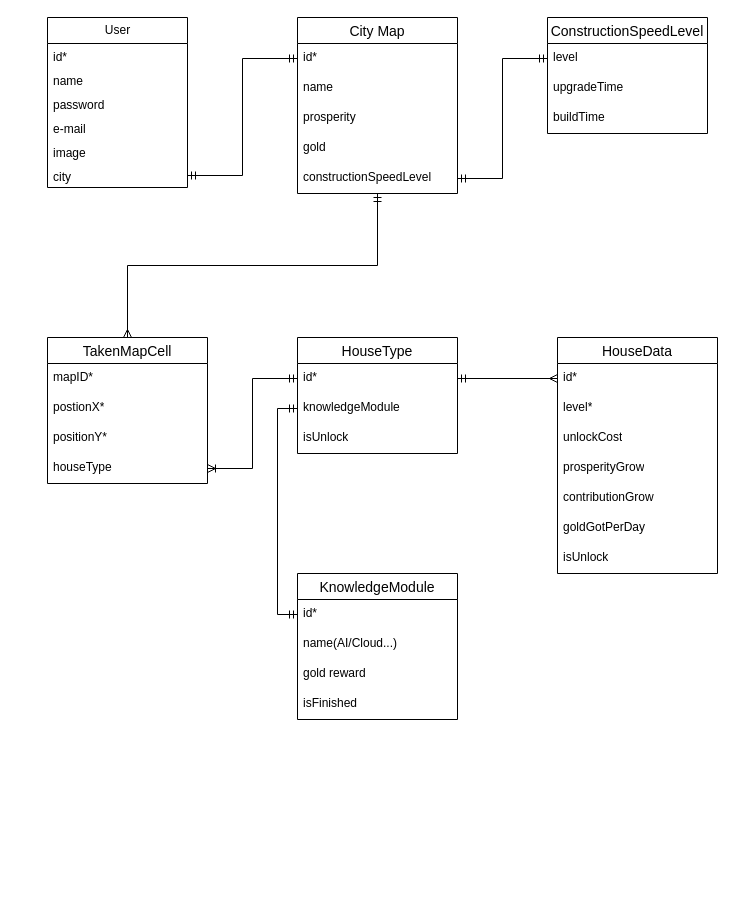
Above: DataBase ER diagram.drawio in Kathy3665/coursesource (draw.io), before the change. Source tidied: cells renumbered, new cells numbered last; positions are measured from the earlier drawing's top-left corner, leaving out a move shared by most shapes. Both pictures are drawn from the tidied source at 100%, with x=0, y=0 at pixel (47, 17).
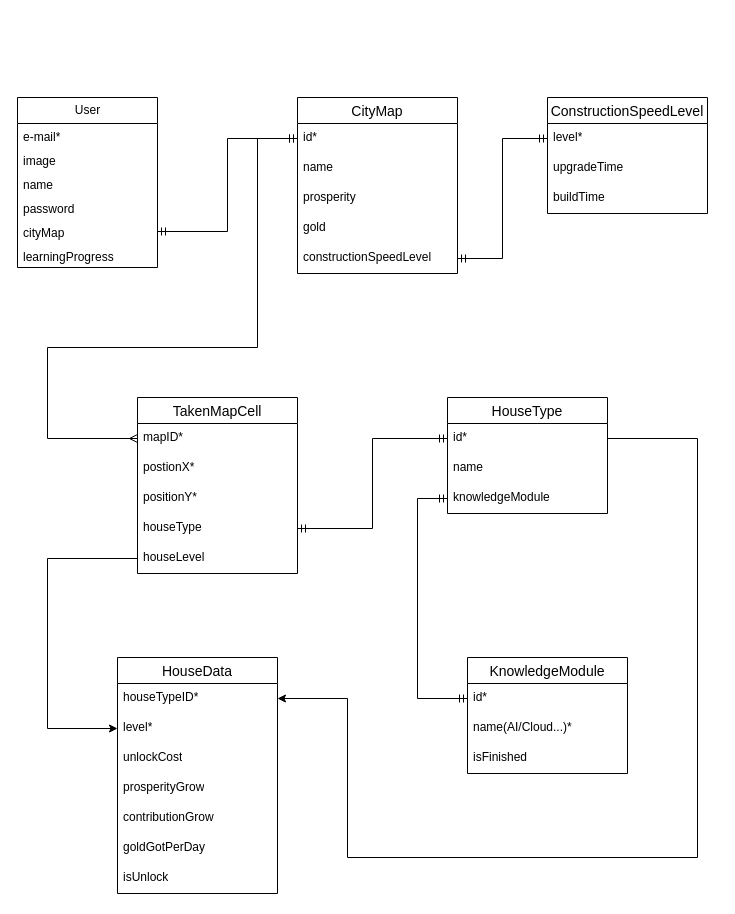
After the change.

The change refers to these unchanged cells:
```xml
<mxCell id="11" value="id*" style="text;strokeColor=none;fillColor=none;spacingLeft=4;spacingRight=4;overflow=hidden;points=[[0,0.5],[1,0.5]];portConstraint=eastwest;fontSize=12;whiteSpace=wrap;html=1;" parent="10" vertex="1">
  <mxGeometry y="26" width="160" height="30" as="geometry" />
</mxCell>
<mxCell id="17" value="id*" style="text;strokeColor=none;fillColor=none;spacingLeft=4;spacingRight=4;overflow=hidden;points=[[0,0.5],[1,0.5]];portConstraint=eastwest;fontSize=12;whiteSpace=wrap;html=1;" parent="16" vertex="1">
  <mxGeometry y="26" width="160" height="30" as="geometry" />
</mxCell>
<mxCell id="27" value="level*" style="text;strokeColor=none;fillColor=none;spacingLeft=4;spacingRight=4;overflow=hidden;points=[[0,0.5],[1,0.5]];portConstraint=eastwest;fontSize=12;whiteSpace=wrap;html=1;" parent="25" vertex="1">
  <mxGeometry y="56" width="160" height="30" as="geometry" />
</mxCell>
<mxCell id="39" value="mapID*" style="text;strokeColor=none;fillColor=none;spacingLeft=4;spacingRight=4;overflow=hidden;points=[[0,0.5],[1,0.5]];portConstraint=eastwest;fontSize=12;whiteSpace=wrap;html=1;" parent="38" vertex="1">
  <mxGeometry y="26" width="160" height="30" as="geometry" />
</mxCell>
```

Diff of the diagram source:
```diff
@@
     <mxCell id="2" value="User" style="swimlane;fontStyle=0;horizontal=1;startSize=26;fillColor=none;html=1;" parent="1" vertex="1">
-      <mxGeometry width="140" height="170" as="geometry" />
+      <mxGeometry x="-30" y="80" width="140" height="170" as="geometry" />
     </mxCell>
-    <mxCell id="3" value="id*" style="text;strokeColor=none;fillColor=none;align=left;verticalAlign=top;spacingLeft=4;spacingRight=4;overflow=hidden;whiteSpace=wrap;html=1;" parent="2" vertex="1">
-      <mxGeometry y="26" width="140" height="24" as="geometry" />
-    </mxCell>
+    <mxCell id="6" value="e-mail*" style="text;strokeColor=none;fillColor=none;align=left;verticalAlign=top;spacingLeft=4;spacingRight=4;overflow=hidden;whiteSpace=wrap;html=1;" parent="2" vertex="1">
+      <mxGeometry y="26" width="140" height="24" as="geometry" />
+    </mxCell>
+    <mxCell id="7" value="image" style="text;strokeColor=none;fillColor=none;align=left;verticalAlign=top;spacingLeft=4;spacingRight=4;overflow=hidden;whiteSpace=wrap;html=1;" parent="2" vertex="1">
+      <mxGeometry y="50" width="140" height="24" as="geometry" />
+    </mxCell>
     <mxCell id="4" value="name" style="text;strokeColor=none;fillColor=none;align=left;verticalAlign=top;spacingLeft=4;spacingRight=4;overflow=hidden;whiteSpace=wrap;html=1;" parent="2" vertex="1">
-      <mxGeometry y="50" width="140" height="24" as="geometry" />
+      <mxGeometry y="74" width="140" height="24" as="geometry" />
     </mxCell>
     <mxCell id="5" value="password" style="text;strokeColor=none;fillColor=none;align=left;verticalAlign=top;spacingLeft=4;spacingRight=4;overflow=hidden;whiteSpace=wrap;html=1;" parent="2" vertex="1">
-      <mxGeometry y="74" width="140" height="24" as="geometry" />
+      <mxGeometry y="98" width="140" height="24" as="geometry" />
     </mxCell>
-    <mxCell id="6" value="e-mail" style="text;strokeColor=none;fillColor=none;align=left;verticalAlign=top;spacingLeft=4;spacingRight=4;overflow=hidden;whiteSpace=wrap;html=1;" parent="2" vertex="1">
-      <mxGeometry y="98" width="140" height="24" as="geometry" />
-    </mxCell>
-    <mxCell id="7" value="image" style="text;strokeColor=none;fillColor=none;align=left;verticalAlign=top;spacingLeft=4;spacingRight=4;overflow=hidden;whiteSpace=wrap;html=1;" parent="2" vertex="1">
-      <mxGeometry y="122" width="140" height="24" as="geometry" />
-    </mxCell>
+    <mxCell id="47" value="cityMap" style="text;strokeColor=none;fillColor=none;align=left;verticalAlign=top;spacingLeft=4;spacingRight=4;overflow=hidden;points=[[0,0.5],[1,0.5]];portConstraint=eastwest;whiteSpace=wrap;html=1;" parent="2" vertex="1">
+      <mxGeometry y="122" width="140" height="24" as="geometry" />
+    </mxCell>
-    <mxCell id="8" value="city" style="text;strokeColor=none;fillColor=none;align=left;verticalAlign=top;spacingLeft=4;spacingRight=4;overflow=hidden;points=[[0,0.5],[1,0.5]];portConstraint=eastwest;whiteSpace=wrap;html=1;" parent="2" vertex="1">
+    <mxCell id="8" value="learningProgress" style="text;strokeColor=none;fillColor=none;align=left;verticalAlign=top;spacingLeft=4;spacingRight=4;overflow=hidden;points=[[0,0.5],[1,0.5]];portConstraint=eastwest;whiteSpace=wrap;html=1;" parent="2" vertex="1">
       <mxGeometry y="146" width="140" height="24" as="geometry" />
     </mxCell>
-    <mxCell id="9" style="edgeStyle=orthogonalEdgeStyle;rounded=0;jettySize=auto;html=1;exitX=0.5;exitY=1;exitDx=0;exitDy=0;entryX=0.5;entryY=0;entryDx=0;entryDy=0;startArrow=ERmandOne;startFill=0;endArrow=ERmany;endFill=0;" parent="1" edge="1" source="10" target="38">
-      <mxGeometry relative="1" as="geometry" />
+    <mxCell id="9" style="edgeStyle=orthogonalEdgeStyle;rounded=0;jettySize=auto;html=1;startArrow=ERmandOne;startFill=0;endArrow=ERmany;endFill=0;exitX=0;exitY=0.5;exitDx=0;exitDy=0;entryX=0;entryY=0.5;entryDx=0;entryDy=0;" parent="1" edge="1" source="11" target="39">
+      <mxGeometry relative="1" as="geometry">
+        <Array as="points">
+          <mxPoint x="210" y="121" />
+          <mxPoint x="210" y="330" />
+          <mxPoint y="330" />
+          <mxPoint y="421" />
+        </Array>
+      </mxGeometry>
     </mxCell>
-    <mxCell id="10" value="City Map" style="swimlane;fontStyle=0;horizontal=1;startSize=26;align=center;fontSize=14;" parent="1" vertex="1">
-      <mxGeometry x="250" width="160" height="176" as="geometry" />
+    <mxCell id="10" value="CityMap" style="swimlane;fontStyle=0;horizontal=1;startSize=26;align=center;fontSize=14;" parent="1" vertex="1">
+      <mxGeometry x="250" y="80" width="160" height="176" as="geometry" />
     </mxCell>
@@
     <mxCell id="16" value="HouseType" style="swimlane;fontStyle=0;horizontal=1;startSize=26;align=center;fontSize=14;" parent="1" vertex="1">
-      <mxGeometry x="250" y="320" width="160" height="116" as="geometry" />
+      <mxGeometry x="400" y="380" width="160" height="116" as="geometry" />
     </mxCell>
@@
+    <mxCell id="48" value="name" style="text;strokeColor=none;fillColor=none;spacingLeft=4;spacingRight=4;overflow=hidden;fontSize=12;whiteSpace=wrap;html=1;" parent="16" vertex="1">
+      <mxGeometry y="56" width="160" height="30" as="geometry" />
+    </mxCell>
     <mxCell id="18" value="knowledgeModule" style="text;strokeColor=none;fillColor=none;spacingLeft=4;spacingRight=4;overflow=hidden;points=[[0,0.5],[1,0.5]];portConstraint=eastwest;fontSize=12;whiteSpace=wrap;html=1;" parent="16" vertex="1">
-      <mxGeometry y="56" width="160" height="30" as="geometry" />
+      <mxGeometry y="86" width="160" height="30" as="geometry" />
     </mxCell>
-    <mxCell id="19" value="isUnlock" style="text;strokeColor=none;fillColor=none;spacingLeft=4;spacingRight=4;overflow=hidden;fontSize=12;whiteSpace=wrap;html=1;" parent="16" vertex="1">
-      <mxGeometry y="86" width="160" height="30" as="geometry" />
-    </mxCell>
     <mxCell id="20" value="KnowledgeModule" style="swimlane;fontStyle=0;horizontal=1;startSize=26;align=center;fontSize=14;" parent="1" vertex="1">
-      <mxGeometry x="250" y="556" width="160" height="146" as="geometry" />
+      <mxGeometry x="420" y="640" width="160" height="116" as="geometry" />
     </mxCell>
-    <mxCell id="21" value="id*" style="text;strokeColor=none;fillColor=none;spacingLeft=4;spacingRight=4;overflow=hidden;points=[[0,0.5],[1,0.5]];portConstraint=eastwest;fontSize=12;whiteSpace=wrap;html=1;" parent="20" vertex="1">
-      <mxGeometry y="26" width="160" height="30" as="geometry" />
-    </mxCell>
-    <mxCell id="22" value="name(AI/Cloud...)" style="text;strokeColor=none;fillColor=none;spacingLeft=4;spacingRight=4;overflow=hidden;points=[[0,0.5],[1,0.5]];portConstraint=eastwest;fontSize=12;whiteSpace=wrap;html=1;" parent="20" vertex="1">
-      <mxGeometry y="56" width="160" height="30" as="geometry" />
+    <mxCell id="22" value="id*" style="text;strokeColor=none;fillColor=none;spacingLeft=4;spacingRight=4;overflow=hidden;points=[[0,0.5],[1,0.5]];portConstraint=eastwest;fontSize=12;whiteSpace=wrap;html=1;" parent="20" vertex="1">
+      <mxGeometry y="26" width="160" height="30" as="geometry" />
     </mxCell>
-    <mxCell id="23" value="gold reward" style="text;strokeColor=none;fillColor=none;spacingLeft=4;spacingRight=4;overflow=hidden;fontSize=12;whiteSpace=wrap;html=1;" parent="20" vertex="1">
-      <mxGeometry y="86" width="160" height="30" as="geometry" />
-    </mxCell>
+    <mxCell id="49" value="name(AI/Cloud...)*" style="text;strokeColor=none;fillColor=none;spacingLeft=4;spacingRight=4;overflow=hidden;fontSize=12;whiteSpace=wrap;html=1;" parent="20" vertex="1">
+      <mxGeometry y="56" width="160" height="30" as="geometry" />
+    </mxCell>
     <mxCell id="24" value="isFinished" style="text;strokeColor=none;fillColor=none;spacingLeft=4;spacingRight=4;overflow=hidden;fontSize=12;whiteSpace=wrap;html=1;" parent="20" vertex="1">
-      <mxGeometry y="116" width="160" height="30" as="geometry" />
+      <mxGeometry y="86" width="160" height="30" as="geometry" />
     </mxCell>
     <mxCell id="25" value="HouseData" style="swimlane;fontStyle=0;horizontal=1;startSize=26;align=center;fontSize=14;" parent="1" vertex="1">
-      <mxGeometry x="510" y="320" width="160" height="236" as="geometry" />
+      <mxGeometry x="70" y="640" width="160" height="236" as="geometry" />
     </mxCell>
-    <mxCell id="26" value="id*" style="text;strokeColor=none;fillColor=none;spacingLeft=4;spacingRight=4;overflow=hidden;points=[[0,0.5],[1,0.5]];portConstraint=eastwest;fontSize=12;whiteSpace=wrap;html=1;" parent="25" vertex="1">
+    <mxCell id="26" value="houseTypeID*" style="text;strokeColor=none;fillColor=none;spacingLeft=4;spacingRight=4;overflow=hidden;points=[[0,0.5],[1,0.5]];portConstraint=eastwest;fontSize=12;whiteSpace=wrap;html=1;" parent="25" vertex="1">
       <mxGeometry y="26" width="160" height="30" as="geometry" />
     </mxCell>
@@
-    <mxCell id="33" style="edgeStyle=orthogonalEdgeStyle;rounded=0;jettySize=auto;html=1;exitX=1;exitY=0.5;exitDx=0;exitDy=0;entryX=0;entryY=0.5;entryDx=0;entryDy=0;endArrow=ERmandOne;endFill=0;startArrow=ERmandOne;startFill=0;" parent="1" edge="1" source="8" target="11">
+    <mxCell id="33" style="edgeStyle=orthogonalEdgeStyle;rounded=0;jettySize=auto;html=1;entryX=0;entryY=0.5;entryDx=0;entryDy=0;endArrow=ERmandOne;endFill=0;startArrow=ERmandOne;startFill=0;exitX=1;exitY=0.5;exitDx=0;exitDy=0;" parent="1" edge="1" source="47" target="11">
       <mxGeometry relative="1" as="geometry" />
     </mxCell>
     <mxCell id="34" value="ConstructionSpeedLevel" style="swimlane;fontStyle=0;horizontal=1;startSize=26;align=center;fontSize=14;" parent="1" vertex="1">
-      <mxGeometry x="500" width="160" height="116" as="geometry" />
+      <mxGeometry x="500" y="80" width="160" height="116" as="geometry" />
     </mxCell>
-    <mxCell id="35" value="level" style="text;strokeColor=none;fillColor=none;spacingLeft=4;spacingRight=4;overflow=hidden;points=[[0,0.5],[1,0.5]];portConstraint=eastwest;fontSize=12;whiteSpace=wrap;html=1;" parent="34" vertex="1">
+    <mxCell id="35" value="level*" style="text;strokeColor=none;fillColor=none;spacingLeft=4;spacingRight=4;overflow=hidden;points=[[0,0.5],[1,0.5]];portConstraint=eastwest;fontSize=12;whiteSpace=wrap;html=1;" parent="34" vertex="1">
       <mxGeometry y="26" width="160" height="30" as="geometry" />
     </mxCell>
@@
     <mxCell id="38" value="TakenMapCell" style="swimlane;fontStyle=0;horizontal=1;startSize=26;align=center;fontSize=14;" parent="1" vertex="1">
-      <mxGeometry y="320" width="160" height="146" as="geometry" />
+      <mxGeometry x="90" y="380" width="160" height="176" as="geometry" />
     </mxCell>
@@
+    <mxCell id="50" value="houseType" style="text;strokeColor=none;fillColor=none;spacingLeft=4;spacingRight=4;overflow=hidden;points=[[0,0.5],[1,0.5]];portConstraint=eastwest;fontSize=12;whiteSpace=wrap;html=1;" parent="38" vertex="1">
+      <mxGeometry y="116" width="160" height="30" as="geometry" />
+    </mxCell>
-    <mxCell id="42" value="houseType" style="text;strokeColor=none;fillColor=none;spacingLeft=4;spacingRight=4;overflow=hidden;points=[[0,0.5],[1,0.5]];portConstraint=eastwest;fontSize=12;whiteSpace=wrap;html=1;" parent="38" vertex="1">
-      <mxGeometry y="116" width="160" height="30" as="geometry" />
+    <mxCell id="42" value="houseLevel" style="text;strokeColor=none;fillColor=none;spacingLeft=4;spacingRight=4;overflow=hidden;points=[[0,0.5],[1,0.5]];portConstraint=eastwest;fontSize=12;whiteSpace=wrap;html=1;" parent="38" vertex="1">
+      <mxGeometry y="146" width="160" height="30" as="geometry" />
     </mxCell>
-    <mxCell id="43" style="edgeStyle=orthogonalEdgeStyle;rounded=0;jettySize=auto;html=1;exitX=1;exitY=0.5;exitDx=0;exitDy=0;entryX=0;entryY=0.5;entryDx=0;entryDy=0;endArrow=ERmandOne;endFill=0;startArrow=ERoneToMany;startFill=0;" parent="1" edge="1" source="42" target="17">
-      <mxGeometry relative="1" as="geometry" />
-    </mxCell>
@@
+    <mxCell id="51" style="edgeStyle=orthogonalEdgeStyle;rounded=0;jettySize=auto;html=1;exitX=1;exitY=0.5;exitDx=0;exitDy=0;entryX=0;entryY=0.5;entryDx=0;entryDy=0;endArrow=ERmandOne;endFill=0;startArrow=ERmandOne;startFill=0;" parent="1" edge="1" source="50" target="17">
+      <mxGeometry relative="1" as="geometry" />
+    </mxCell>
+    <mxCell id="52" style="edgeStyle=orthogonalEdgeStyle;rounded=0;jettySize=auto;html=1;exitX=0;exitY=0.5;exitDx=0;exitDy=0;entryX=0;entryY=0.5;entryDx=0;entryDy=0;" parent="1" edge="1" source="42" target="27">
+      <mxGeometry relative="1" as="geometry">
+        <Array as="points">
+          <mxPoint y="541" />
+          <mxPoint y="711" />
+        </Array>
+      </mxGeometry>
+    </mxCell>
-    <mxCell id="45" style="edgeStyle=orthogonalEdgeStyle;rounded=0;jettySize=auto;html=1;exitX=1;exitY=0.5;exitDx=0;exitDy=0;endArrow=ERmany;endFill=0;startArrow=ERmandOne;startFill=0;" parent="1" edge="1" source="17" target="26">
-      <mxGeometry relative="1" as="geometry" />
+    <mxCell id="45" style="edgeStyle=orthogonalEdgeStyle;rounded=0;jettySize=auto;html=1;exitX=1;exitY=0.5;exitDx=0;exitDy=0;entryX=1;entryY=0.5;entryDx=0;entryDy=0;" parent="1" edge="1" source="17" target="26">
+      <mxGeometry relative="1" as="geometry">
+        <Array as="points">
+          <mxPoint x="650" y="421" />
+          <mxPoint x="650" y="840" />
+          <mxPoint x="300" y="840" />
+          <mxPoint x="300" y="681" />
+        </Array>
+      </mxGeometry>
     </mxCell>
-    <mxCell id="46" style="edgeStyle=orthogonalEdgeStyle;rounded=0;jettySize=auto;html=1;exitX=0;exitY=0.5;exitDx=0;exitDy=0;entryX=0;entryY=0.5;entryDx=0;entryDy=0;endArrow=ERmandOne;endFill=0;startArrow=ERmandOne;startFill=0;" parent="1" edge="1" source="18" target="21">
-      <mxGeometry relative="1" as="geometry" />
-    </mxCell>
+    <mxCell id="53" style="edgeStyle=orthogonalEdgeStyle;rounded=0;jettySize=auto;html=1;exitX=0;exitY=0.5;exitDx=0;exitDy=0;entryX=0;entryY=0.5;entryDx=0;entryDy=0;endArrow=ERmandOne;endFill=0;startArrow=ERmandOne;startFill=0;" parent="1" edge="1" source="18" target="22">
+      <mxGeometry relative="1" as="geometry">
+        <Array as="points">
+          <mxPoint x="370" y="481" />
+          <mxPoint x="370" y="681" />
+        </Array>
+      </mxGeometry>
+    </mxCell>
```
